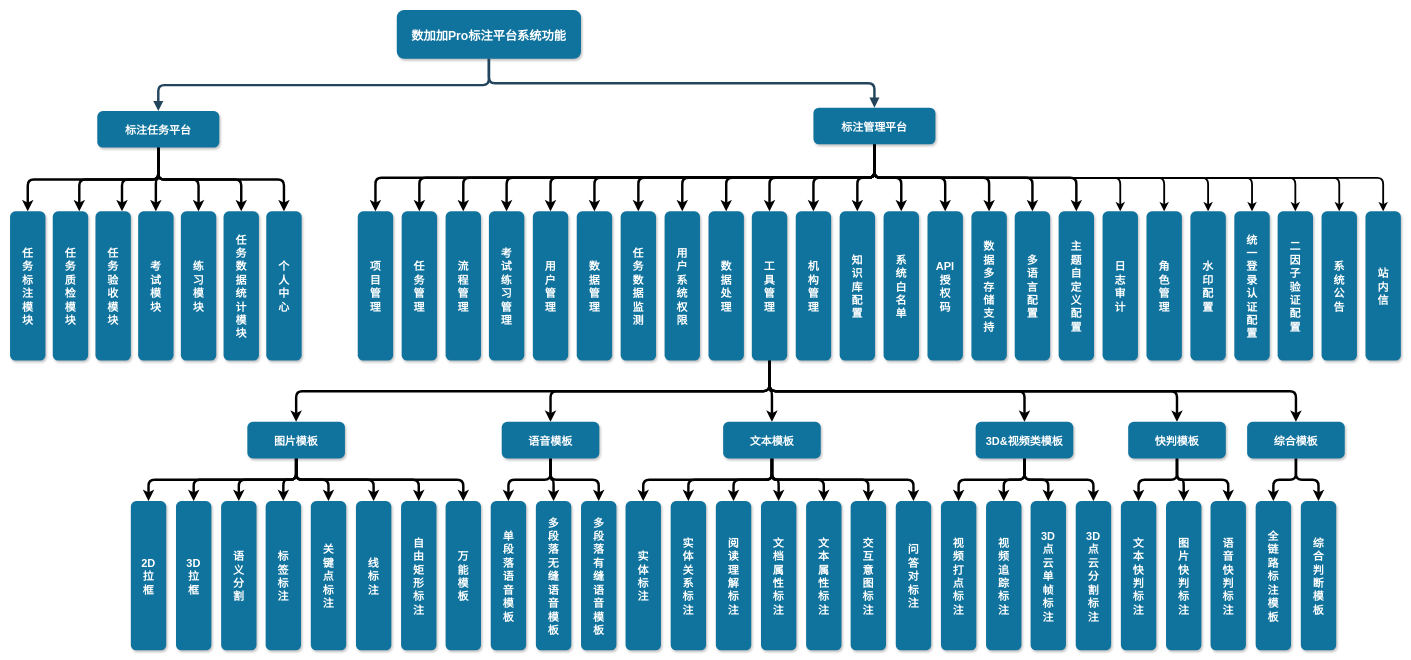
Earlier version of the draw.io diagram ShujiajiaPro/系统功能架构图.drawio (rainoo/diagrams). Source tidied: cells renumbered, new cells numbered last; positions are measured from the earlier drawing's top-left corner, leaving out a move shared by most shapes. Both pictures are drawn from the tidied source at 61%, with x=0, y=0 at pixel (10, 10).
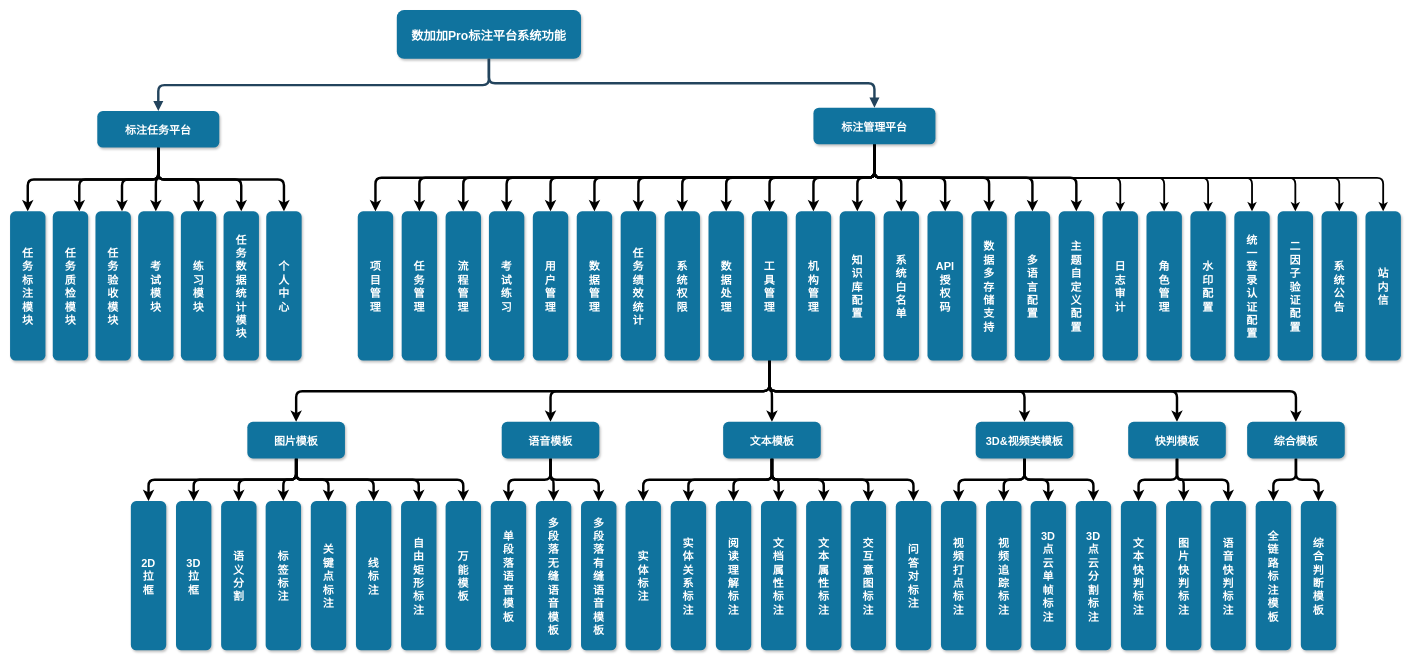
The same page after the edit.

Commit message:
更新系统功能架构图.drawio

What changed in the source:
```diff
@@
-    <mxCell id="54" value="考&#10;试&#10;练&#10;习&#10;管&#10;理" style="rounded=1;fillColor=#10739E;strokeColor=none;shadow=1;gradientColor=none;fontStyle=1;fontColor=#FFFFFF;fontSize=18;" parent="1" vertex="1">
+    <mxCell id="54" value="考&#10;试&#10;练&#10;习" style="rounded=1;fillColor=#10739E;strokeColor=none;shadow=1;gradientColor=none;fontStyle=1;fontColor=#FFFFFF;fontSize=18;" parent="1" vertex="1">
       <mxGeometry x="785" y="330" width="58" height="244.5" as="geometry" />
     </mxCell>
@@
-    <mxCell id="57" value="任&#10;务&#10;数&#10;据&#10;监&#10;测" style="rounded=1;fillColor=#10739E;strokeColor=none;shadow=1;gradientColor=none;fontStyle=1;fontColor=#FFFFFF;fontSize=18;" parent="1" vertex="1">
+    <mxCell id="57" value="任&#10;务&#10;绩&#10;效&#10;统&#10;计" style="rounded=1;fillColor=#10739E;strokeColor=none;shadow=1;gradientColor=none;fontStyle=1;fontColor=#FFFFFF;fontSize=18;" parent="1" vertex="1">
       <mxGeometry x="1001" y="330" width="58" height="244.5" as="geometry" />
     </mxCell>
-    <mxCell id="58" value="用&#10;户&#10;系&#10;统&#10;权&#10;限" style="rounded=1;fillColor=#10739E;strokeColor=none;shadow=1;gradientColor=none;fontStyle=1;fontColor=#FFFFFF;fontSize=18;" parent="1" vertex="1">
+    <mxCell id="58" value="系&#10;统&#10;权&#10;限" style="rounded=1;fillColor=#10739E;strokeColor=none;shadow=1;gradientColor=none;fontStyle=1;fontColor=#FFFFFF;fontSize=18;" parent="1" vertex="1">
       <mxGeometry x="1073" y="330" width="58" height="244.5" as="geometry" />
     </mxCell>
```
